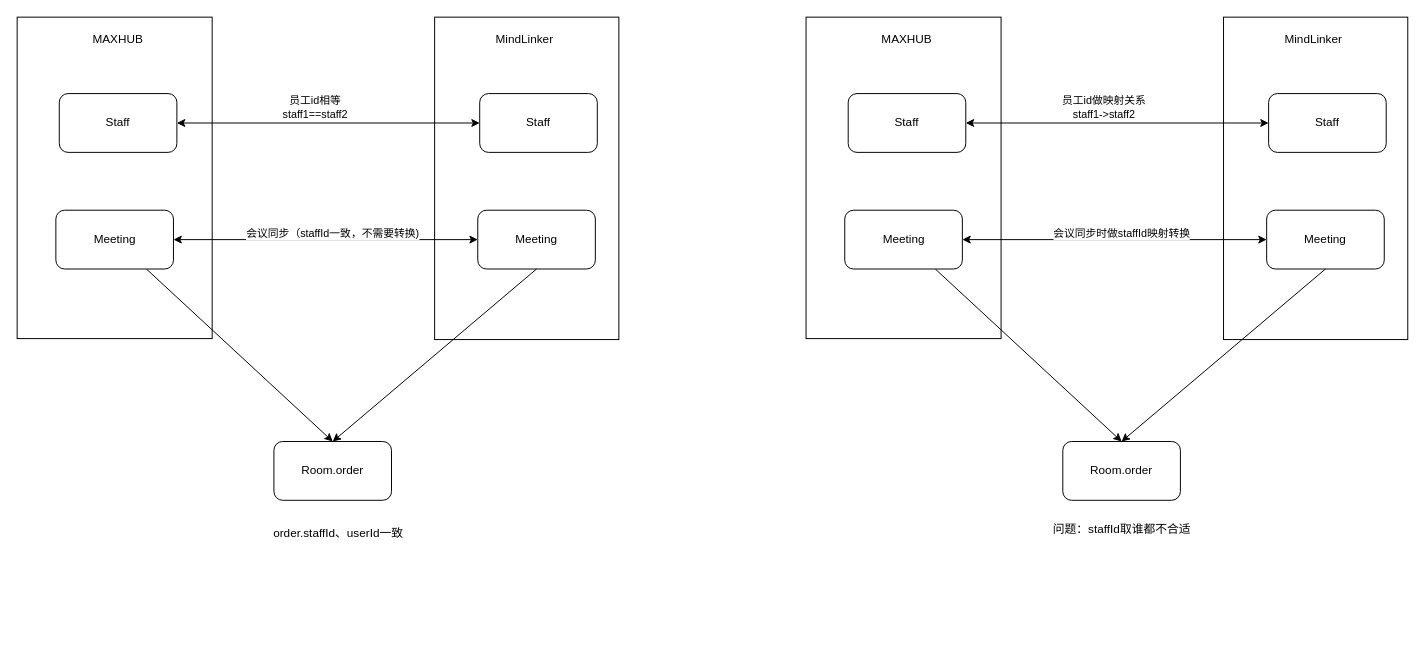
The draw.io diagram 未命名绘图.drawio in laowang-cloud/diagrams, before the edit. Source tidied: cells renumbered, new cells numbered last; positions are measured from the earlier drawing's top-left corner, leaving out a move shared by most shapes. Both pictures are drawn from the tidied source at 98%, with x=0, y=0 at pixel (17, 17).
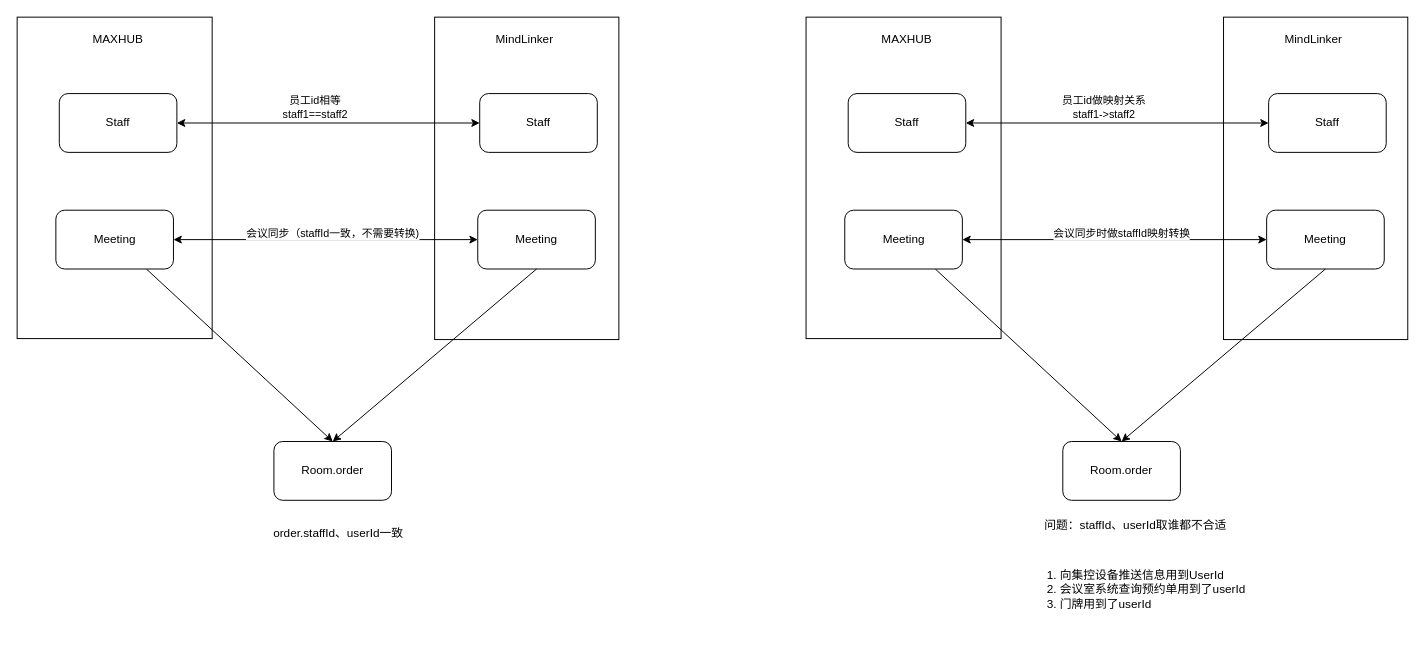
Above is the later version.

Commit message (it also covers changes not shown here):
更新未命名绘图.drawio

The edit, as a diff of the source:
```diff
@@
-    <mxCell id="17" value="问题：staffId取谁都不合适" style="text;html=1;strokeColor=none;fillColor=none;align=center;verticalAlign=middle;whiteSpace=wrap;rounded=0;" parent="1" vertex="1">
-      <mxGeometry x="1034.5" y="507" width="185" height="31" as="geometry" />
+    <mxCell id="17" value="问题：staffId、userId取谁都不合适&lt;br&gt;" style="text;html=1;strokeColor=none;fillColor=none;align=center;verticalAlign=middle;whiteSpace=wrap;rounded=0;" parent="1" vertex="1">
+      <mxGeometry x="1034.5" y="507" width="212.5" height="24" as="geometry" />
     </mxCell>
@@
+    <mxCell id="34" value="1. 向集控设备推送信息用到UserId&lt;br&gt;&lt;div&gt;&lt;span&gt;2. 会议室系统查询预约单用到了userId&lt;/span&gt;&lt;/div&gt;&lt;div&gt;&lt;span&gt;3. 门牌用到了userId&lt;/span&gt;&lt;/div&gt;" style="text;html=1;strokeColor=none;fillColor=none;align=left;verticalAlign=middle;whiteSpace=wrap;rounded=0;" parent="1" vertex="1">
+      <mxGeometry x="1049" y="541" width="222" height="86" as="geometry" />
+    </mxCell>
```
